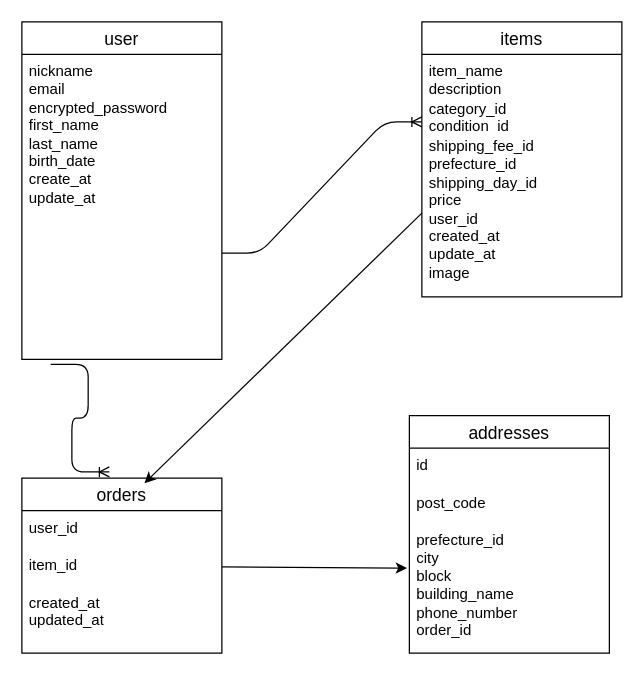
mokaloveshiori56-collab/furima-46486 keeps this draw.io diagram as page "ページ1" (1 of 2) of test.dio. Above is the earlier version. Source tidied: cells renumbered, new cells numbered last; positions are measured from the earlier drawing's top-left corner, leaving out a move shared by most shapes. Both pictures are drawn from the tidied source at 125%, with x=0, y=0 at pixel (21, 21).
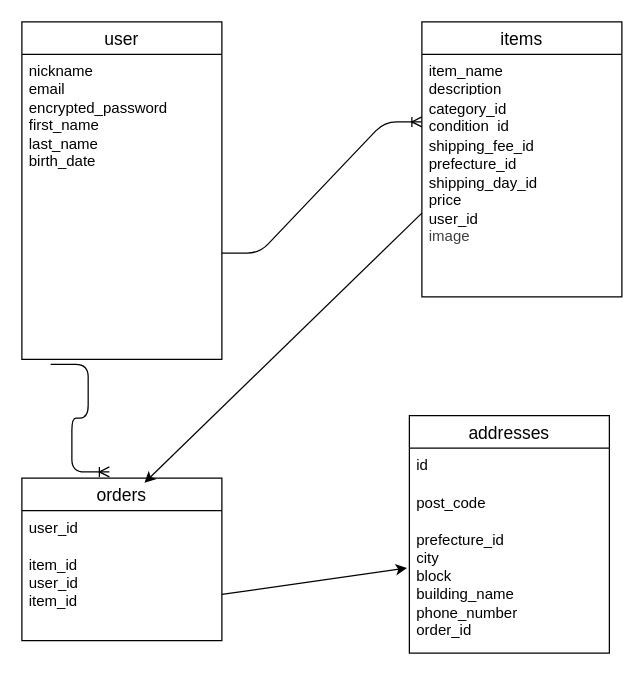
Above is the later version.

The change refers to these unchanged cells:
```xml
<mxCell id="2" value="user" style="swimlane;fontStyle=0;horizontal=1;startSize=26;align=center;fontSize=14;" parent="1" vertex="1">
  <mxGeometry width="160" height="270" as="geometry" />
</mxCell>
<mxCell id="4" value="items" style="swimlane;fontStyle=0;horizontal=1;startSize=26;align=center;fontSize=14;" parent="1" vertex="1">
  <mxGeometry x="320" width="160" height="220" as="geometry" />
</mxCell>
```

Diff of the diagram source:
```diff
@@
-    <mxCell id="3" value="nickname&lt;div&gt;email&lt;/div&gt;&lt;div&gt;encrypted_password&lt;/div&gt;&lt;div&gt;first_name&lt;/div&gt;&lt;div&gt;last_name&lt;/div&gt;&lt;div&gt;birth_date&lt;/div&gt;&lt;div&gt;create_at&lt;/div&gt;&lt;div&gt;update_at&lt;/div&gt;&lt;div&gt;&lt;p&gt;&lt;/p&gt;&lt;h4&gt;&lt;/h4&gt;&lt;/div&gt;" style="text;strokeColor=none;fillColor=none;spacingLeft=4;spacingRight=4;overflow=hidden;points=[[0,0.5],[1,0.5]];portConstraint=eastwest;fontSize=12;whiteSpace=wrap;html=1;" parent="2" vertex="1">
+    <mxCell id="3" value="nickname&lt;div&gt;email&lt;/div&gt;&lt;div&gt;encrypted_password&lt;/div&gt;&lt;div&gt;first_name&lt;/div&gt;&lt;div&gt;last_name&lt;/div&gt;&lt;div&gt;birth_date&lt;/div&gt;&lt;div&gt;&lt;br&gt;&lt;/div&gt;&lt;div&gt;&lt;p&gt;&lt;/p&gt;&lt;h4&gt;&lt;/h4&gt;&lt;/div&gt;" style="text;strokeColor=none;fillColor=none;spacingLeft=4;spacingRight=4;overflow=hidden;points=[[0,0.5],[1,0.5]];portConstraint=eastwest;fontSize=12;whiteSpace=wrap;html=1;" parent="2" vertex="1">
       <mxGeometry y="26" width="160" height="244" as="geometry" />
     </mxCell>
@@
-    <mxCell id="7" value="shipping_fee_id&lt;div&gt;&lt;font color=&quot;#000000&quot;&gt;prefecture_id&lt;/font&gt;&lt;/div&gt;&lt;div&gt;&lt;font color=&quot;#000000&quot;&gt;shipping_day_id&lt;/font&gt;&lt;/div&gt;&lt;div&gt;&lt;font color=&quot;#000000&quot;&gt;price&lt;/font&gt;&lt;/div&gt;&lt;div&gt;&lt;font color=&quot;#000000&quot;&gt;user_id&lt;/font&gt;&lt;/div&gt;&lt;div&gt;&lt;font color=&quot;#000000&quot;&gt;created_at&lt;/font&gt;&lt;/div&gt;&lt;div&gt;&lt;font color=&quot;#000000&quot;&gt;&lt;font color=&quot;#000000&quot;&gt;update_at&lt;/font&gt;&lt;/font&gt;&lt;/div&gt;&lt;div&gt;&lt;font color=&quot;#000000&quot;&gt;&lt;font color=&quot;#000000&quot;&gt;image&lt;br&gt;&lt;/font&gt;&lt;/font&gt;&lt;div&gt;&lt;br&gt;&lt;/div&gt;&lt;/div&gt;" style="text;strokeColor=none;fillColor=none;spacingLeft=4;spacingRight=4;overflow=hidden;points=[[0,0.5],[1,0.5]];portConstraint=eastwest;fontSize=12;whiteSpace=wrap;html=1;" parent="4" vertex="1">
+    <mxCell id="7" value="shipping_fee_id&lt;div&gt;&lt;font color=&quot;#000000&quot;&gt;prefecture_id&lt;/font&gt;&lt;/div&gt;&lt;div&gt;&lt;font color=&quot;#000000&quot;&gt;shipping_day_id&lt;/font&gt;&lt;/div&gt;&lt;div&gt;&lt;font color=&quot;#000000&quot;&gt;price&lt;/font&gt;&lt;/div&gt;&lt;div&gt;&lt;font color=&quot;#000000&quot;&gt;user_id&lt;/font&gt;&lt;/div&gt;&lt;div&gt;&lt;span style=&quot;background-color: transparent; color: rgb(63, 63, 63);&quot;&gt;image&lt;/span&gt;&lt;/div&gt;&lt;div&gt;&lt;div&gt;&lt;br&gt;&lt;/div&gt;&lt;/div&gt;" style="text;strokeColor=none;fillColor=none;spacingLeft=4;spacingRight=4;overflow=hidden;points=[[0,0.5],[1,0.5]];portConstraint=eastwest;fontSize=12;whiteSpace=wrap;html=1;" parent="4" vertex="1">
       <mxGeometry y="86" width="160" height="134" as="geometry" />
     </mxCell>
     <mxCell id="8" value="orders" style="swimlane;fontStyle=0;horizontal=1;startSize=26;align=center;fontSize=14;" parent="1" vertex="1">
-      <mxGeometry y="365" width="160" height="140" as="geometry" />
+      <mxGeometry y="365" width="160" height="130" as="geometry" />
     </mxCell>
@@
-    <mxCell id="10" value="item_id" style="text;strokeColor=none;fillColor=none;spacingLeft=4;spacingRight=4;overflow=hidden;points=[[0,0.5],[1,0.5]];portConstraint=eastwest;fontSize=12;whiteSpace=wrap;html=1;" parent="8" vertex="1">
-      <mxGeometry y="56" width="160" height="30" as="geometry" />
+    <mxCell id="10" value="item_id&lt;div&gt;&lt;font color=&quot;#000000&quot;&gt;user_id&lt;/font&gt;&lt;/div&gt;&lt;div&gt;&lt;font color=&quot;#000000&quot;&gt;item_id&lt;br&gt;&lt;/font&gt;&lt;div&gt;&lt;br&gt;&lt;/div&gt;&lt;/div&gt;" style="text;strokeColor=none;fillColor=none;spacingLeft=4;spacingRight=4;overflow=hidden;points=[[0,0.5],[1,0.5]];portConstraint=eastwest;fontSize=12;whiteSpace=wrap;html=1;" parent="8" vertex="1">
+      <mxGeometry y="56" width="160" height="74" as="geometry" />
     </mxCell>
-    <mxCell id="11" value="created_at&lt;div&gt;&lt;font color=&quot;#000000&quot;&gt;updated_at&lt;br&gt;&lt;/font&gt;&lt;div&gt;&lt;br&gt;&lt;/div&gt;&lt;/div&gt;" style="text;strokeColor=none;fillColor=none;spacingLeft=4;spacingRight=4;overflow=hidden;fontSize=12;whiteSpace=wrap;html=1;" parent="8" vertex="1">
-      <mxGeometry y="86" width="160" height="54" as="geometry" />
-    </mxCell>
```
